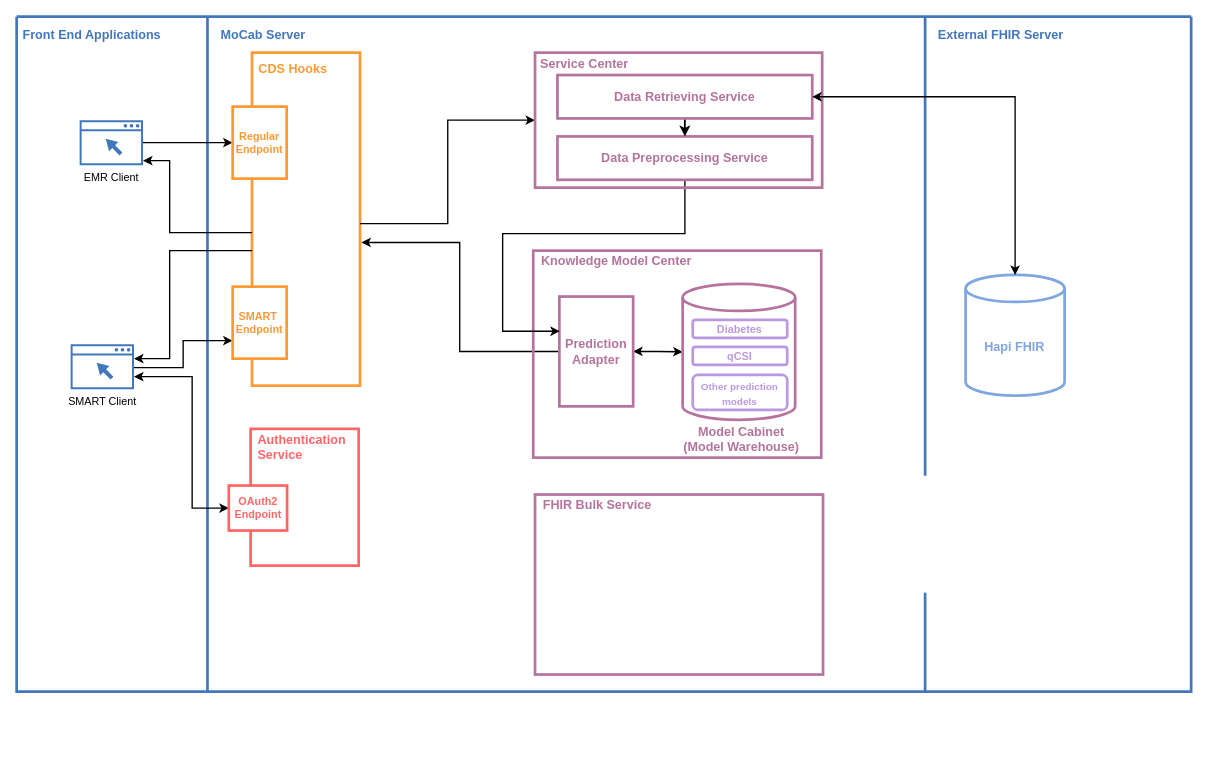
billkuojhgf/Model-on-fhir keeps this draw.io diagram as Document/Mocab Architecture.drawio. Above is the earlier version. Source tidied: cells renumbered, new cells numbered last; positions are measured from the earlier drawing's top-left corner, leaving out a move shared by most shapes. Both pictures are drawn from the tidied source at 90%, with x=0, y=0 at pixel (16, 16).
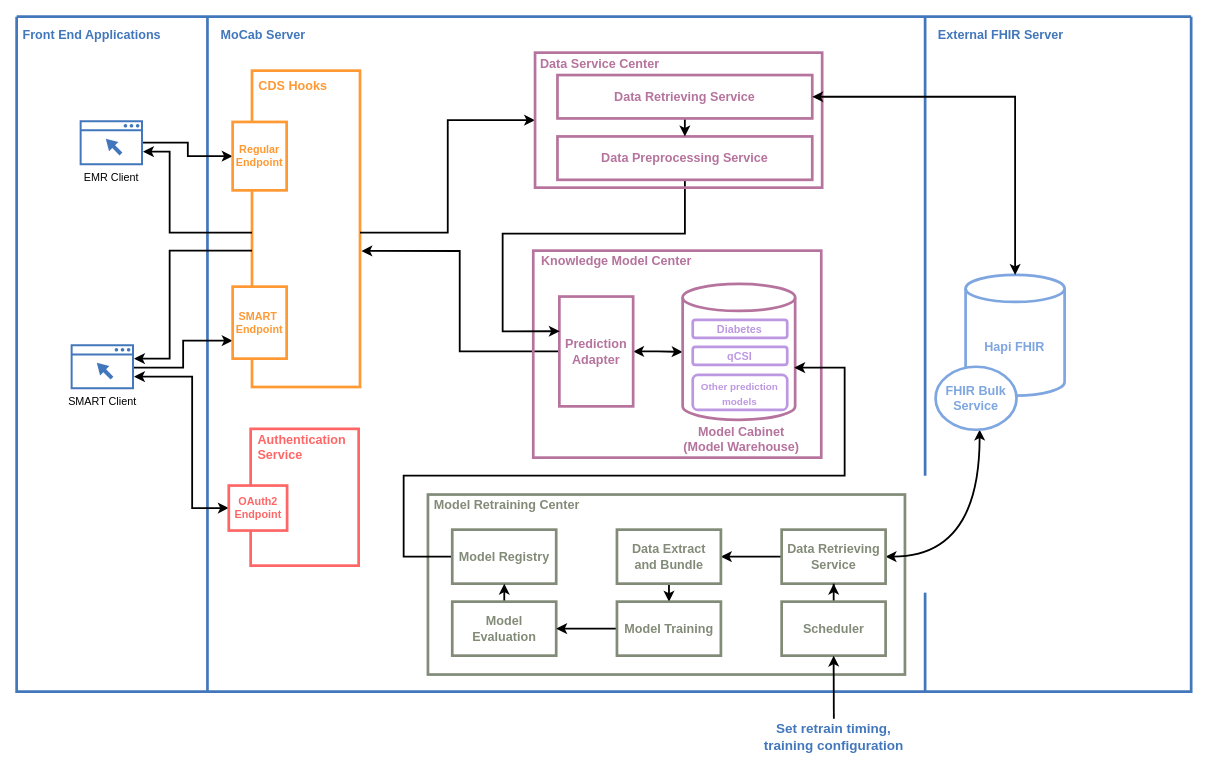
The same diagram, later.

Commit message:
motify mocab architecture

The change refers to these unchanged cells:
```xml
<mxCell id="2" style="swimlane;shadow=0;strokeColor=#4277BB;fillColor=#ffffff;fontColor=none;align=right;startSize=0;noLabel=1;strokeWidth=3;" parent="1" vertex="1">
  <mxGeometry width="1305" height="750" as="geometry" />
</mxCell>
<mxCell id="10" value="EMR Client" style="sketch=0;shadow=0;dashed=0;html=1;strokeColor=none;fillColor=#4277bb;labelPosition=center;verticalLabelPosition=bottom;verticalAlign=top;align=center;outlineConnect=0;shape=mxgraph.vvd.web_browser;" parent="2" vertex="1">
  <mxGeometry x="70" y="115" width="70.4" height="50" as="geometry" />
</mxCell>
<mxCell id="18" value="SMART Client" style="sketch=0;shadow=0;dashed=0;html=1;strokeColor=none;fillColor=#4277bb;labelPosition=center;verticalLabelPosition=bottom;verticalAlign=top;align=center;outlineConnect=0;shape=mxgraph.vvd.web_browser;" parent="2" vertex="1">
  <mxGeometry x="60" y="364" width="70.4" height="50" as="geometry" />
</mxCell>
<mxCell id="19" value="&lt;b&gt;&lt;font color=&quot;#7ea6e0&quot; style=&quot;font-size: 14px;&quot;&gt;Hapi FHIR&lt;/font&gt;&lt;/b&gt;" style="shape=cylinder3;whiteSpace=wrap;html=1;boundedLbl=1;backgroundOutline=1;size=15;fontColor=#FF9933;strokeColor=#7EA6E0;strokeWidth=3;fillColor=none;" parent="2" vertex="1">
  <mxGeometry x="1054.4" y="287" width="110" height="134" as="geometry" />
</mxCell>
<mxCell id="22" value="&lt;b&gt;OAuth2&lt;br&gt;Endpoint&lt;/b&gt;" style="rounded=0;whiteSpace=wrap;html=1;fontColor=#ff6666;strokeColor=#FF6666;strokeWidth=3;fillColor=default;" parent="20" vertex="1">
  <mxGeometry x="-24.8" y="63" width="64.8" height="50" as="geometry" />
</mxCell>
<mxCell id="25" value="&lt;b&gt;&lt;font color=&quot;#ff9933&quot;&gt;SMART&amp;nbsp;&lt;br&gt;Endpoint&lt;/font&gt;&lt;/b&gt;" style="rounded=0;whiteSpace=wrap;html=1;fillColor=default;strokeWidth=3;strokeColor=#FF9933;" parent="2" vertex="1">
  <mxGeometry x="240" y="300" width="60" height="80" as="geometry" />
</mxCell>
<mxCell id="29" style="group;" parent="2" vertex="1">
  <mxGeometry x="575" y="300" width="320" height="190" as="geometry" />
</mxCell>
<mxCell id="31" value="&lt;b&gt;&lt;font color=&quot;#b5739d&quot;&gt;Prediction Adapter&lt;/font&gt;&lt;/b&gt;" style="rounded=0;whiteSpace=wrap;html=1;fontSize=14;fontColor=#FF9933;strokeColor=#B5739D;strokeWidth=3;fillColor=none;" parent="29" vertex="1">
  <mxGeometry x="28" y="11" width="82" height="122" as="geometry" />
</mxCell>
<mxCell id="34" style="shape=cylinder3;whiteSpace=wrap;html=1;boundedLbl=1;backgroundOutline=1;size=15;fontColor=#FF9933;strokeColor=#B5739D;strokeWidth=3;fillColor=none;" parent="33" vertex="1">
  <mxGeometry width="125" height="151" as="geometry" />
</mxCell>
<mxCell id="40" style="group;strokeColor=none;fillColor=none;" parent="2" vertex="1">
  <mxGeometry x="575" y="40" width="320" height="150" as="geometry" />
</mxCell>
<mxCell id="41" style="rounded=0;whiteSpace=wrap;html=1;fontColor=#FF9933;strokeColor=#B5739D;strokeWidth=3;fillColor=none;" parent="40" vertex="1">
  <mxGeometry x="1" width="319" height="150" as="geometry" />
</mxCell>
<mxCell id="43" value="&lt;b&gt;&lt;font color=&quot;#b5739d&quot;&gt;Data Preprocessing Service&lt;/font&gt;&lt;/b&gt;" style="rounded=0;whiteSpace=wrap;html=1;fontSize=14;fontColor=#FF9933;strokeColor=#B5739D;strokeWidth=3;fillColor=none;" parent="40" vertex="1">
  <mxGeometry x="25.9" y="93.1" width="283.1" height="48.2" as="geometry" />
</mxCell>
<mxCell id="45" value="&lt;b&gt;&lt;font color=&quot;#b5739d&quot;&gt;Data Retrieving Service&lt;/font&gt;&lt;/b&gt;" style="rounded=0;whiteSpace=wrap;html=1;fontSize=14;fontColor=#FF9933;strokeColor=#B5739D;strokeWidth=3;fillColor=none;" parent="40" vertex="1">
  <mxGeometry x="25.9" y="24.9" width="283.1" height="48.2" as="geometry" />
</mxCell>
```

Diff of the diagram source:
```diff
@@
-    <mxCell id="9" style="edgeStyle=orthogonalEdgeStyle;rounded=0;jettySize=auto;html=1;entryX=0;entryY=0.5;entryDx=0;entryDy=0;startArrow=none;startFill=0;strokeWidth=1.5;" parent="2" edge="1" source="10" target="15">
+    <mxCell id="9" style="edgeStyle=orthogonalEdgeStyle;rounded=0;jettySize=auto;html=1;entryX=0;entryY=0.5;entryDx=0;entryDy=0;startArrow=none;startFill=0;strokeWidth=2;" parent="2" edge="1" source="10" target="15">
       <mxGeometry relative="1" as="geometry" />
     </mxCell>
@@
     <mxCell id="11" style="group;strokeWidth=3;strokeColor=none;" parent="2" vertex="1">
-      <mxGeometry x="261.5" y="40" width="120" height="400" as="geometry" />
+      <mxGeometry x="261.5" y="60" width="120" height="380" as="geometry" />
     </mxCell>
     <mxCell id="12" style="rounded=0;whiteSpace=wrap;html=1;fillColor=none;strokeWidth=3;strokeColor=#FF9933;" parent="11" vertex="1">
-      <mxGeometry width="120" height="370" as="geometry" />
+      <mxGeometry width="120" height="351.5" as="geometry" />
     </mxCell>
     <mxCell id="13" value="&lt;font color=&quot;#ff9933&quot;&gt;CDS Hooks&lt;/font&gt;" style="text;html=1;align=left;verticalAlign=middle;fontColor=#4277BB;shadow=0;dashed=0;strokeColor=none;fillColor=none;labelBackgroundColor=none;fontStyle=1;fontSize=14;spacingLeft=5;" parent="11" vertex="1">
-      <mxGeometry y="4.6" width="102" height="25.8" as="geometry" />
+      <mxGeometry y="4.4" width="102" height="24.5" as="geometry" />
     </mxCell>
     <mxCell id="14" style="group;strokeWidth=3;strokeColor=none;" parent="11" vertex="1">
-      <mxGeometry y="60" width="60" height="90" as="geometry" />
+      <mxGeometry y="57" width="60" height="85.5" as="geometry" />
     </mxCell>
     <mxCell id="15" value="&lt;font color=&quot;#ff9933&quot;&gt;&lt;b&gt;Regular&lt;br&gt;Endpoint&lt;/b&gt;&lt;/font&gt;" style="rounded=0;whiteSpace=wrap;html=1;fillColor=default;strokeWidth=3;strokeColor=#FF9933;" parent="14" vertex="1">
-      <mxGeometry x="-21.5" width="60" height="80" as="geometry" />
+      <mxGeometry x="-21.5" width="60" height="76" as="geometry" />
     </mxCell>
-    <mxCell id="16" style="edgeStyle=orthogonalEdgeStyle;rounded=0;jettySize=auto;html=1;strokeWidth=1.5;startArrow=classic;startFill=1;" parent="2" edge="1" source="18" target="22">
+    <mxCell id="16" style="edgeStyle=orthogonalEdgeStyle;rounded=0;jettySize=auto;html=1;strokeWidth=2;startArrow=classic;startFill=1;" parent="2" edge="1" source="18" target="22">
       <mxGeometry relative="1" as="geometry">
         <Array as="points">
           <mxPoint x="195" y="400" />
           <mxPoint x="195" y="546" />
         </Array>
       </mxGeometry>
     </mxCell>
-    <mxCell id="17" style="edgeStyle=orthogonalEdgeStyle;rounded=0;jettySize=auto;html=1;entryX=0;entryY=0.75;entryDx=0;entryDy=0;startArrow=none;startFill=0;strokeWidth=1.5;" parent="2" edge="1" source="18" target="25">
+    <mxCell id="17" style="edgeStyle=orthogonalEdgeStyle;rounded=0;jettySize=auto;html=1;entryX=0;entryY=0.75;entryDx=0;entryDy=0;startArrow=none;startFill=0;strokeWidth=2;" parent="2" edge="1" source="18" target="25">
       <mxGeometry relative="1" as="geometry">
         <Array as="points">
           <mxPoint x="185" y="390" />
           <mxPoint x="185" y="360" />
         </Array>
       </mxGeometry>
     </mxCell>
@@
-    <mxCell id="23" style="edgeStyle=orthogonalEdgeStyle;rounded=0;jettySize=auto;html=1;fontColor=#FF9933;startArrow=none;startFill=0;strokeWidth=1.5;" parent="2" edge="1" source="12" target="10">
+    <mxCell id="23" style="edgeStyle=orthogonalEdgeStyle;rounded=0;jettySize=auto;html=1;fontColor=#FF9933;startArrow=none;startFill=0;strokeWidth=2;" parent="2" edge="1" source="12" target="10">
       <mxGeometry relative="1" as="geometry">
         <Array as="points">
           <mxPoint x="170" y="240" />
-          <mxPoint x="170" y="160" />
+          <mxPoint x="170" y="150" />
         </Array>
       </mxGeometry>
     </mxCell>
-    <mxCell id="24" style="edgeStyle=orthogonalEdgeStyle;rounded=0;jettySize=auto;html=1;fontColor=#FF9933;startArrow=none;startFill=0;strokeWidth=1.5;" parent="2" edge="1" source="12" target="18">
+    <mxCell id="24" style="edgeStyle=orthogonalEdgeStyle;rounded=0;jettySize=auto;html=1;fontColor=#FF9933;startArrow=none;startFill=0;strokeWidth=2;" parent="2" edge="1" source="12" target="18">
       <mxGeometry relative="1" as="geometry">
         <Array as="points">
           <mxPoint x="170" y="260" />
           <mxPoint x="170" y="380" />
         </Array>
       </mxGeometry>
     </mxCell>
@@
-    <mxCell id="26" style="edgeStyle=orthogonalEdgeStyle;rounded=0;jettySize=auto;html=1;fontColor=#FF9933;startArrow=none;startFill=0;strokeWidth=1.5;" parent="2" edge="1" source="12" target="41">
+    <mxCell id="26" style="edgeStyle=orthogonalEdgeStyle;rounded=0;jettySize=auto;html=1;fontColor=#FF9933;startArrow=none;startFill=0;strokeWidth=2;" parent="2" edge="1" source="12" target="41">
       <mxGeometry relative="1" as="geometry">
         <Array as="points">
-          <mxPoint x="479" y="230" />
+          <mxPoint x="479" y="240" />
           <mxPoint x="479" y="115" />
         </Array>
       </mxGeometry>
     </mxCell>
-    <mxCell id="27" style="edgeStyle=orthogonalEdgeStyle;rounded=0;jettySize=auto;html=1;entryX=1.013;entryY=0.57;entryDx=0;entryDy=0;entryPerimeter=0;fontColor=#FF9933;startArrow=none;startFill=0;strokeWidth=1.5;" parent="2" edge="1" source="31" target="12">
+    <mxCell id="27" style="edgeStyle=orthogonalEdgeStyle;rounded=0;jettySize=auto;html=1;entryX=1.013;entryY=0.57;entryDx=0;entryDy=0;entryPerimeter=0;fontColor=#FF9933;startArrow=none;startFill=0;strokeWidth=2;" parent="2" edge="1" source="31" target="12">
       <mxGeometry relative="1" as="geometry" />
     </mxCell>
@@
-    <mxCell id="30" style="edgeStyle=orthogonalEdgeStyle;rounded=0;jettySize=auto;html=1;entryX=0;entryY=0.5;entryDx=0;entryDy=0;entryPerimeter=0;fontSize=13;fontColor=#000000;startArrow=classic;startFill=1;strokeWidth=1.5;" parent="29" edge="1" source="31" target="34">
+    <mxCell id="30" style="edgeStyle=orthogonalEdgeStyle;rounded=0;jettySize=auto;html=1;entryX=0;entryY=0.5;entryDx=0;entryDy=0;entryPerimeter=0;fontSize=13;fontColor=#000000;startArrow=classic;startFill=1;strokeWidth=2;" parent="29" edge="1" source="31" target="34">
       <mxGeometry relative="1" as="geometry" />
     </mxCell>
@@
-    <mxCell id="39" style="edgeStyle=orthogonalEdgeStyle;rounded=0;jettySize=auto;html=1;entryX=0.006;entryY=0.316;entryDx=0;entryDy=0;fontSize=13;fontColor=#000000;startArrow=none;startFill=0;strokeWidth=1.5;entryPerimeter=0;" parent="2" edge="1" source="43" target="31">
+    <mxCell id="39" style="edgeStyle=orthogonalEdgeStyle;rounded=0;jettySize=auto;html=1;entryX=0.006;entryY=0.316;entryDx=0;entryDy=0;fontSize=13;fontColor=#000000;startArrow=none;startFill=0;strokeWidth=2;entryPerimeter=0;" parent="2" edge="1" source="43" target="31">
       <mxGeometry relative="1" as="geometry">
         <Array as="points">
           <mxPoint x="743" y="241" />
           <mxPoint x="540" y="241" />
           <mxPoint x="540" y="350" />
         </Array>
       </mxGeometry>
     </mxCell>
@@
-    <mxCell id="42" value="&lt;font color=&quot;#b5739d&quot;&gt;Service Center&lt;/font&gt;" style="text;html=1;align=left;verticalAlign=middle;fontColor=#4277BB;shadow=0;dashed=0;strokeColor=none;fillColor=none;labelBackgroundColor=none;fontStyle=1;fontSize=14;spacingLeft=5;" parent="40" vertex="1">
+    <mxCell id="42" value="&lt;font color=&quot;#b5739d&quot;&gt;Data Service Center&lt;/font&gt;" style="text;html=1;align=left;verticalAlign=middle;fontColor=#4277BB;shadow=0;dashed=0;strokeColor=none;fillColor=none;labelBackgroundColor=none;fontStyle=1;fontSize=14;spacingLeft=5;" parent="40" vertex="1">
       <mxGeometry y="2.1" width="119.6" height="21.4" as="geometry" />
     </mxCell>
@@
-    <mxCell id="47" style="rounded=0;whiteSpace=wrap;html=1;fontColor=#FF9933;strokeColor=#B5739D;strokeWidth=3;fillColor=none;" parent="2" vertex="1">
-      <mxGeometry x="576" y="531" width="320" height="200" as="geometry" />
+    <mxCell id="47" style="rounded=0;whiteSpace=wrap;html=1;fontColor=#FF9933;strokeColor=#828B78;strokeWidth=3;fillColor=none;" parent="2" vertex="1">
+      <mxGeometry x="457" y="531" width="530" height="200" as="geometry" />
     </mxCell>
-    <mxCell id="48" value="&lt;font color=&quot;#b5739d&quot;&gt;FHIR Bulk Service&lt;/font&gt;" style="text;html=1;align=left;verticalAlign=middle;fontColor=#4277BB;shadow=0;dashed=0;strokeColor=none;fillColor=none;labelBackgroundColor=none;fontStyle=1;fontSize=14;spacingLeft=5;" parent="2" vertex="1">
-      <mxGeometry x="578" y="533" width="185" height="20" as="geometry" />
+    <mxCell id="48" value="&lt;font color=&quot;#828b78&quot;&gt;Model Retraining Center&lt;/font&gt;" style="text;html=1;align=left;verticalAlign=middle;fontColor=#4277BB;shadow=0;dashed=0;strokeColor=none;fillColor=none;labelBackgroundColor=none;fontStyle=1;fontSize=14;spacingLeft=5;" parent="2" vertex="1">
+      <mxGeometry x="457" y="533" width="185" height="20" as="geometry" />
     </mxCell>
-    <mxCell id="49" style="edgeStyle=orthogonalEdgeStyle;rounded=0;jettySize=auto;html=1;exitX=1;exitY=0.5;exitDx=0;exitDy=0;fontColor=#FF9933;startArrow=classic;startFill=1;strokeWidth=1.5;" parent="2" edge="1" source="45" target="19">
+    <mxCell id="49" style="edgeStyle=orthogonalEdgeStyle;rounded=0;jettySize=auto;html=1;exitX=1;exitY=0.5;exitDx=0;exitDy=0;fontColor=#FF9933;startArrow=classic;startFill=1;strokeWidth=2;" parent="2" edge="1" source="45" target="19">
       <mxGeometry relative="1" as="geometry" />
     </mxCell>
+    <mxCell id="50" style="edgeStyle=orthogonalEdgeStyle;rounded=0;jettySize=auto;html=1;entryX=1;entryY=0.5;entryDx=0;entryDy=0;strokeWidth=2;fontSize=14;fontColor=#828B78;startArrow=classic;startFill=1;curved=1;" parent="2" edge="1" source="51" target="57">
+      <mxGeometry relative="1" as="geometry">
+        <Array as="points">
+          <mxPoint x="1070" y="600" />
+        </Array>
+      </mxGeometry>
+    </mxCell>
+    <mxCell id="51" value="&lt;b&gt;&lt;font style=&quot;font-size: 14px;&quot; color=&quot;#7ea6e0&quot;&gt;FHIR Bulk Service&lt;/font&gt;&lt;/b&gt;" style="ellipse;whiteSpace=wrap;html=1;strokeColor=#7EA6E0;strokeWidth=3;fillColor=default;" parent="2" vertex="1">
+      <mxGeometry x="1021" y="389" width="90" height="70" as="geometry" />
+    </mxCell>
+    <mxCell id="52" style="edgeStyle=orthogonalEdgeStyle;rounded=0;jettySize=auto;html=1;entryX=0.992;entryY=0.616;entryDx=0;entryDy=0;entryPerimeter=0;fontSize=14;fontColor=#828B78;strokeWidth=2;" parent="2" edge="1" source="53" target="34">
+      <mxGeometry relative="1" as="geometry">
+        <Array as="points">
+          <mxPoint x="430" y="600" />
+          <mxPoint x="430" y="510" />
+          <mxPoint x="920" y="510" />
+          <mxPoint x="920" y="390" />
+        </Array>
+      </mxGeometry>
+    </mxCell>
+    <mxCell id="53" value="&lt;font size=&quot;1&quot; style=&quot;&quot; color=&quot;#828b78&quot;&gt;&lt;b style=&quot;font-size: 14px;&quot;&gt;Model Registry&lt;/b&gt;&lt;/font&gt;" style="rounded=0;whiteSpace=wrap;html=1;fontColor=#FF9933;strokeColor=#828B78;strokeWidth=3;fillColor=none;" parent="2" vertex="1">
+      <mxGeometry x="484" y="570" width="115.5" height="60" as="geometry" />
+    </mxCell>
+    <mxCell id="54" style="edgeStyle=orthogonalEdgeStyle;rounded=0;jettySize=auto;html=1;entryX=0.5;entryY=1;entryDx=0;entryDy=0;strokeWidth=2;fontSize=14;fontColor=#828B78;" parent="2" edge="1" source="55" target="53">
+      <mxGeometry relative="1" as="geometry" />
+    </mxCell>
+    <mxCell id="55" value="&lt;font color=&quot;#828b78&quot; style=&quot;font-size: 14px;&quot;&gt;&lt;b&gt;Model Evaluation&lt;/b&gt;&lt;/font&gt;" style="rounded=0;whiteSpace=wrap;html=1;fontColor=#FF9933;strokeColor=#828B78;strokeWidth=3;fillColor=none;" parent="2" vertex="1">
+      <mxGeometry x="484" y="650" width="115.5" height="60" as="geometry" />
+    </mxCell>
+    <mxCell id="56" style="edgeStyle=orthogonalEdgeStyle;rounded=0;jettySize=auto;html=1;strokeWidth=2;fontSize=14;fontColor=#828B78;" parent="2" edge="1" source="57" target="59">
+      <mxGeometry relative="1" as="geometry" />
+    </mxCell>
+    <mxCell id="57" value="&lt;font size=&quot;1&quot; style=&quot;&quot; color=&quot;#828b78&quot;&gt;&lt;b style=&quot;font-size: 14px;&quot;&gt;Data Retrieving Service&lt;/b&gt;&lt;/font&gt;" style="rounded=0;whiteSpace=wrap;html=1;fontColor=#FF9933;strokeColor=#828B78;strokeWidth=3;fillColor=none;" parent="2" vertex="1">
+      <mxGeometry x="850" y="570" width="115.5" height="60" as="geometry" />
+    </mxCell>
+    <mxCell id="58" style="edgeStyle=orthogonalEdgeStyle;rounded=0;jettySize=auto;html=1;strokeWidth=2;fontSize=14;fontColor=#828B78;" parent="2" edge="1" source="59" target="61">
+      <mxGeometry relative="1" as="geometry" />
+    </mxCell>
+    <mxCell id="59" value="&lt;font size=&quot;1&quot; style=&quot;&quot; color=&quot;#828b78&quot;&gt;&lt;b style=&quot;font-size: 14px;&quot;&gt;Data Extract &lt;br&gt;and Bundle&lt;/b&gt;&lt;/font&gt;" style="rounded=0;whiteSpace=wrap;html=1;fontColor=#FF9933;strokeColor=#828B78;strokeWidth=3;fillColor=none;" parent="2" vertex="1">
+      <mxGeometry x="667" y="570" width="115.5" height="60" as="geometry" />
+    </mxCell>
+    <mxCell id="60" style="edgeStyle=orthogonalEdgeStyle;rounded=0;jettySize=auto;html=1;strokeWidth=2;fontSize=14;fontColor=#828B78;" parent="2" edge="1" source="61" target="55">
+      <mxGeometry relative="1" as="geometry" />
+    </mxCell>
+    <mxCell id="61" value="&lt;font size=&quot;1&quot; style=&quot;&quot; color=&quot;#828b78&quot;&gt;&lt;b style=&quot;font-size: 14px;&quot;&gt;Model Training&lt;/b&gt;&lt;/font&gt;" style="rounded=0;whiteSpace=wrap;html=1;fontColor=#FF9933;strokeColor=#828B78;strokeWidth=3;fillColor=none;" parent="2" vertex="1">
+      <mxGeometry x="667" y="650" width="115.5" height="60" as="geometry" />
+    </mxCell>
+    <mxCell id="62" style="edgeStyle=orthogonalEdgeStyle;rounded=0;jettySize=auto;html=1;strokeWidth=2;fontSize=14;fontColor=#828B78;" parent="2" edge="1" source="63" target="57">
+      <mxGeometry relative="1" as="geometry" />
+    </mxCell>
+    <mxCell id="63" value="&lt;font size=&quot;1&quot; style=&quot;&quot; color=&quot;#828b78&quot;&gt;&lt;b style=&quot;font-size: 14px;&quot;&gt;Scheduler&lt;/b&gt;&lt;/font&gt;" style="rounded=0;whiteSpace=wrap;html=1;fontColor=#FF9933;strokeColor=#828B78;strokeWidth=3;fillColor=none;" parent="2" vertex="1">
+      <mxGeometry x="850" y="650" width="115.5" height="60" as="geometry" />
+    </mxCell>
+    <mxCell id="64" style="endArrow=classic;html=1;rounded=0;strokeWidth=2;fontSize=14;fontColor=#828B78;entryX=0.5;entryY=1;entryDx=0;entryDy=0;exitX=0.5;exitY=0;exitDx=0;exitDy=0;" parent="1" edge="1" source="65" target="63">
+      <mxGeometry relative="1" as="geometry" />
+    </mxCell>
+    <mxCell id="65" value="&lt;font color=&quot;#4277bb&quot; style=&quot;font-size: 15px;&quot;&gt;&lt;b style=&quot;&quot;&gt;Set retrain timing, training configuration&lt;/b&gt;&lt;/font&gt;" style="text;html=1;strokeColor=none;fillColor=none;align=center;verticalAlign=middle;whiteSpace=wrap;rounded=0;strokeWidth=3;fontSize=14;fontColor=#828B78;" parent="1" vertex="1">
+      <mxGeometry x="823" y="780" width="170" height="40" as="geometry" />
+    </mxCell>
```
